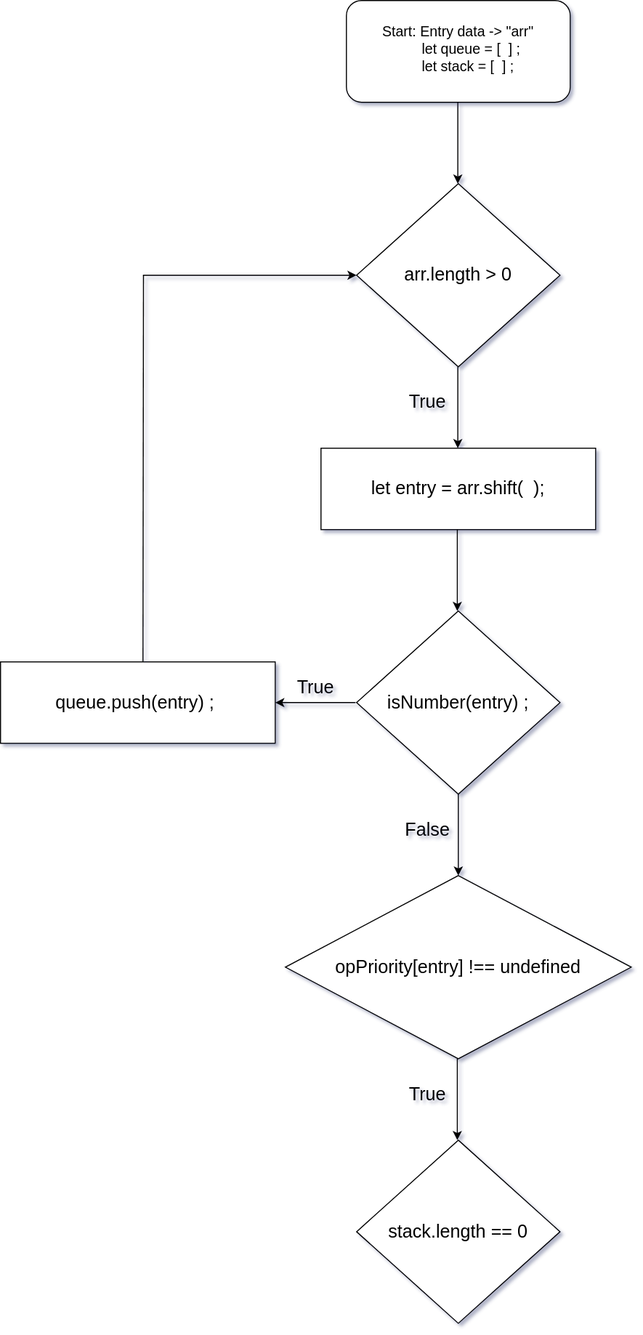
The draw.io diagram Untitled Diagram.drawio.svg in jcgm3205/jcgm3205, before a commit. Source tidied: cells renumbered, new cells last; positions are measured from the earlier drawing's top-left corner, leaving out a move shared by most shapes.
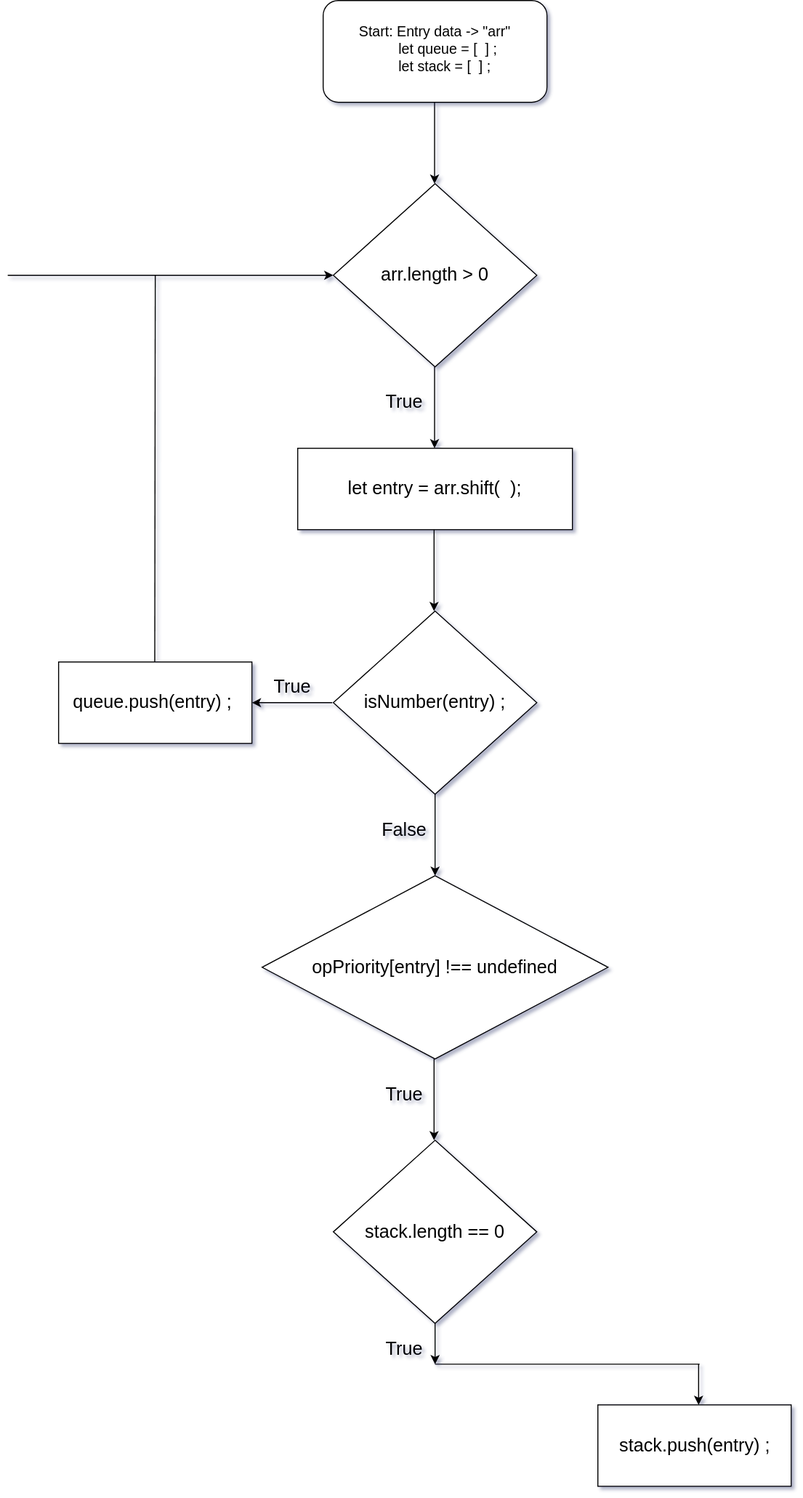
After the commit.

The edit, as a diff of the source:
```diff
@@ -57,22 +57,17 @@
       <mxGeometry x="280" y="660" width="60" height="30" as="geometry" />
     </mxCell>
     <mxCell id="16" style="rounded=0;whiteSpace=wrap;html=1;fontSize=18;" parent="1" vertex="1">
-      <mxGeometry y="650" width="270" height="80" as="geometry" />
+      <mxGeometry x="80" y="650" width="190" height="80" as="geometry" />
     </mxCell>
     <mxCell id="17" value="queue.push(entry) ;&amp;nbsp;" style="text;html=1;strokeColor=none;fillColor=none;align=center;verticalAlign=middle;whiteSpace=wrap;rounded=0;fontSize=18;" parent="1" vertex="1">
-      <mxGeometry x="35" y="670" width="200" height="40" as="geometry" />
+      <mxGeometry x="75" y="670" width="200" height="40" as="geometry" />
     </mxCell>
     <mxCell id="18" style="endArrow=none;html=1;rounded=0;fontSize=18;" parent="1" edge="1">
       <mxGeometry relative="1" as="geometry">
-        <mxPoint x="140" y="650" as="sourcePoint" />
-        <mxPoint x="140.5" y="270" as="targetPoint" />
+        <mxPoint x="174.5" y="650" as="sourcePoint" />
+        <mxPoint x="175" y="270" as="targetPoint" />
       </mxGeometry>
     </mxCell>
-    <mxCell id="19" style="endArrow=classic;html=1;rounded=0;fontSize=18;" parent="1" edge="1" target="5">
-      <mxGeometry relative="1" as="geometry">
-        <mxPoint x="140" y="270" as="sourcePoint" />
-      </mxGeometry>
-    </mxCell>
     <mxCell id="20" style="endArrow=classic;html=1;rounded=0;fontSize=18;" parent="1" edge="1">
       <mxGeometry relative="1" as="geometry">
         <mxPoint x="450" y="780" as="sourcePoint" />
@@ -103,5 +98,34 @@
     <mxCell id="27" value="stack.length == 0" style="text;html=1;strokeColor=none;fillColor=none;align=center;verticalAlign=middle;whiteSpace=wrap;rounded=0;fontSize=18;" parent="1" vertex="1">
       <mxGeometry x="370" y="1160" width="160" height="100" as="geometry" />
     </mxCell>
+    <mxCell id="28" style="endArrow=classic;html=1;rounded=0;fontSize=18;entryX=0;entryY=0.5;entryDx=0;entryDy=0;" parent="1" edge="1" target="5">
+      <mxGeometry relative="1" as="geometry">
+        <mxPoint x="30" y="270" as="sourcePoint" />
+      </mxGeometry>
+    </mxCell>
+    <mxCell id="29" style="endArrow=classic;html=1;rounded=0;fontSize=18;exitX=0.5;exitY=1;exitDx=0;exitDy=0;entryX=1;entryY=1;entryDx=0;entryDy=0;entryPerimeter=0;" parent="1" edge="1" source="26" target="30">
+      <mxGeometry relative="1" as="geometry" />
+    </mxCell>
+    <mxCell id="30" value="True" style="text;html=1;strokeColor=none;fillColor=none;align=center;verticalAlign=middle;whiteSpace=wrap;rounded=0;fontSize=18;" parent="1" vertex="1">
+      <mxGeometry x="390" y="1310" width="60" height="30" as="geometry" />
+    </mxCell>
+    <mxCell id="31" style="endArrow=none;html=1;rounded=0;fontSize=18;" parent="1" edge="1">
+      <mxGeometry relative="1" as="geometry">
+        <mxPoint x="450" y="1340" as="sourcePoint" />
+        <mxPoint x="710" y="1340" as="targetPoint" />
+      </mxGeometry>
+    </mxCell>
+    <mxCell id="32" style="endArrow=classic;html=1;rounded=0;fontSize=18;" parent="1" edge="1">
+      <mxGeometry relative="1" as="geometry">
+        <mxPoint x="709" y="1340" as="sourcePoint" />
+        <mxPoint x="709" y="1380" as="targetPoint" />
+      </mxGeometry>
+    </mxCell>
+    <mxCell id="33" style="rounded=0;whiteSpace=wrap;html=1;fontSize=18;" parent="1" vertex="1">
+      <mxGeometry x="610" y="1380" width="190" height="80" as="geometry" />
+    </mxCell>
+    <mxCell id="34" value="stack.push(entry) ;" style="text;html=1;align=center;verticalAlign=middle;strokeColor=none;fillColor=none;fontSize=18;" parent="1" vertex="1">
+      <mxGeometry x="625" y="1405" width="160" height="30" as="geometry" />
+    </mxCell>
   </root>
 </mxGraphModel>
```
